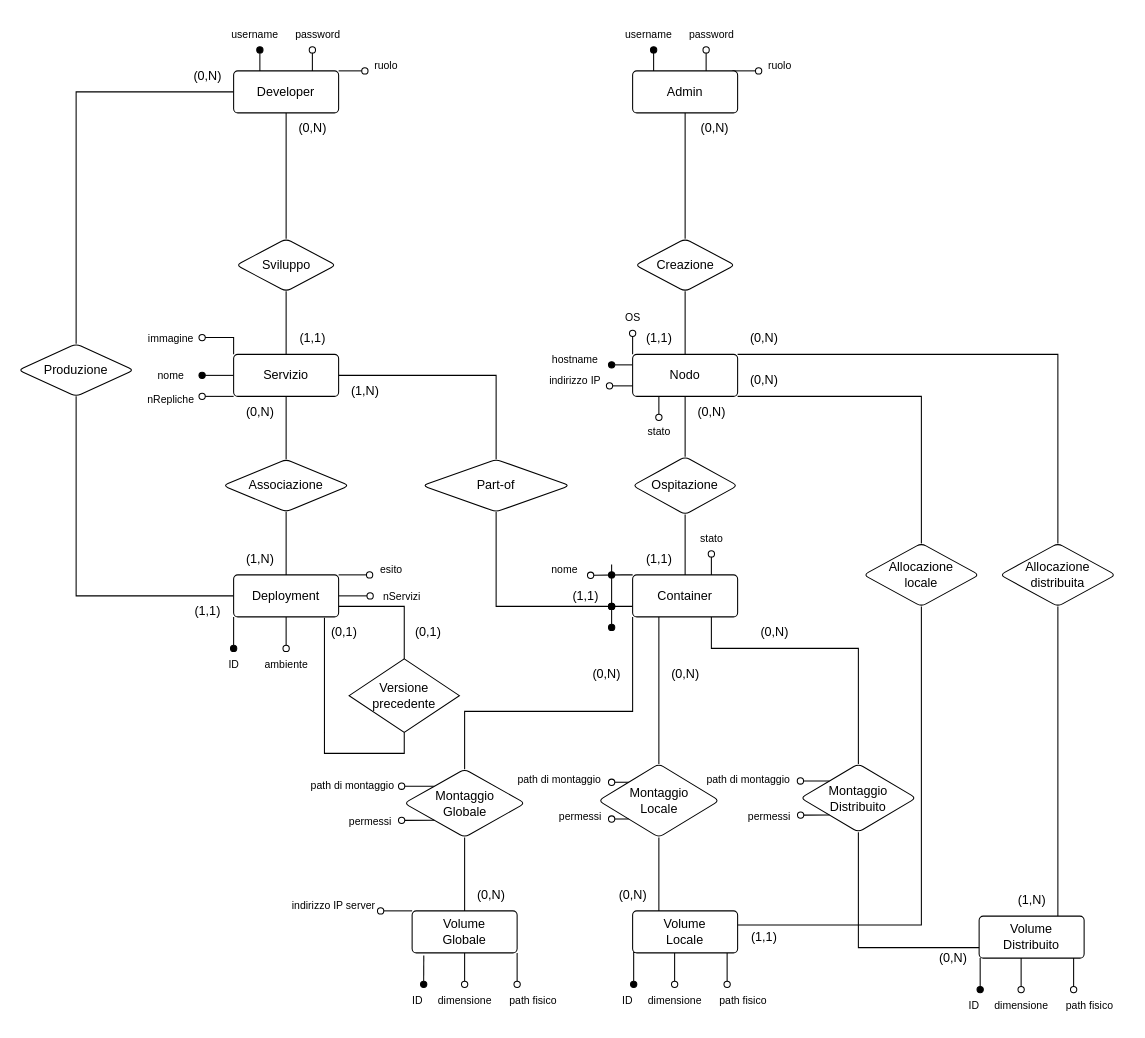
Earlier version of the draw.io diagram ER_Refurbished.drawio (aledinato/Database-Project-SCP4065533). Source tidied: cells renumbered, new cells numbered last; positions are measured from the earlier drawing's top-left corner, leaving out a move shared by most shapes. Both pictures are drawn from the tidied source at 105%, with x=0, y=0 at pixel (18, 18).
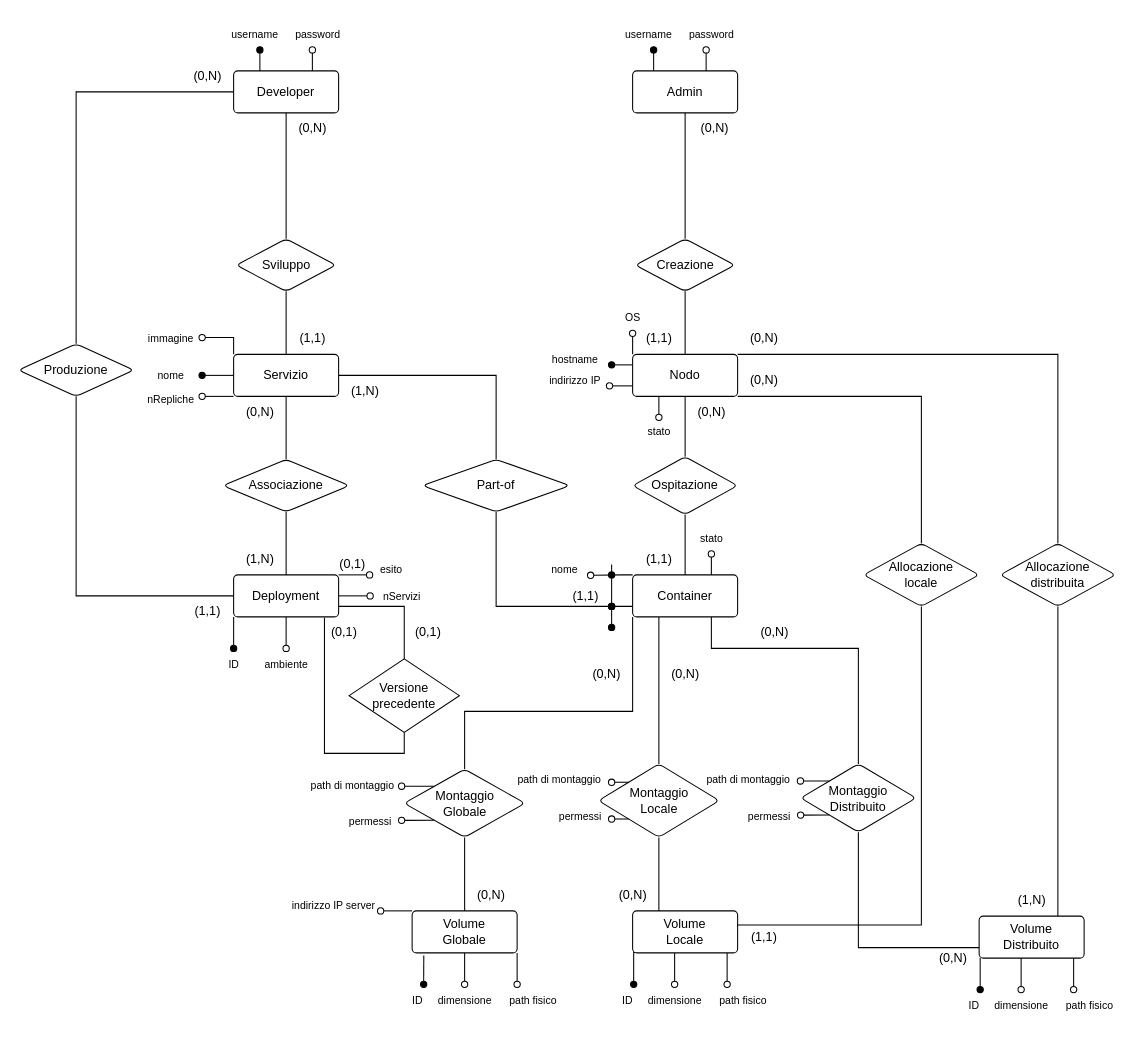
The same diagram, later.

The edit, as a diff of the source:
```diff
@@
-    <mxCell id="7" style="edgeStyle=orthogonalEdgeStyle;rounded=0;orthogonalLoop=1;jettySize=auto;html=1;exitX=1;exitY=0;exitDx=0;exitDy=0;endArrow=oval;endFill=0;" parent="1" edge="1">
-      <mxGeometry relative="1" as="geometry">
-        <mxPoint x="680" y="50" as="sourcePoint" />
-        <mxPoint x="705" y="49.5" as="targetPoint" />
-      </mxGeometry>
-    </mxCell>
@@
-    <mxCell id="103" value="ruolo" style="text;html=1;align=center;verticalAlign=middle;strokeColor=none;fillColor=none;fontSize=10;" parent="1" vertex="1">
-      <mxGeometry x="700" y="30" width="50" height="30" as="geometry" />
-    </mxCell>
@@
-    <mxCell id="140" style="edgeStyle=orthogonalEdgeStyle;rounded=0;orthogonalLoop=1;jettySize=auto;html=1;exitX=1;exitY=0;exitDx=0;exitDy=0;endArrow=oval;endFill=0;" parent="1" edge="1">
-      <mxGeometry relative="1" as="geometry">
-        <mxPoint x="305" y="50" as="sourcePoint" />
-        <mxPoint x="330" y="49.5" as="targetPoint" />
-      </mxGeometry>
-    </mxCell>
@@
-    <mxCell id="143" value="ruolo" style="text;html=1;align=center;verticalAlign=middle;strokeColor=none;fillColor=none;fontSize=10;" parent="1" vertex="1">
-      <mxGeometry x="325" y="30" width="50" height="30" as="geometry" />
-    </mxCell>
+    <mxCell id="144" value="(0,1)" style="text;html=1;align=center;verticalAlign=middle;strokeColor=none;fillColor=none;" parent="1" vertex="1">
+      <mxGeometry x="292.5" y="505" width="50" height="30" as="geometry" />
+    </mxCell>
```
